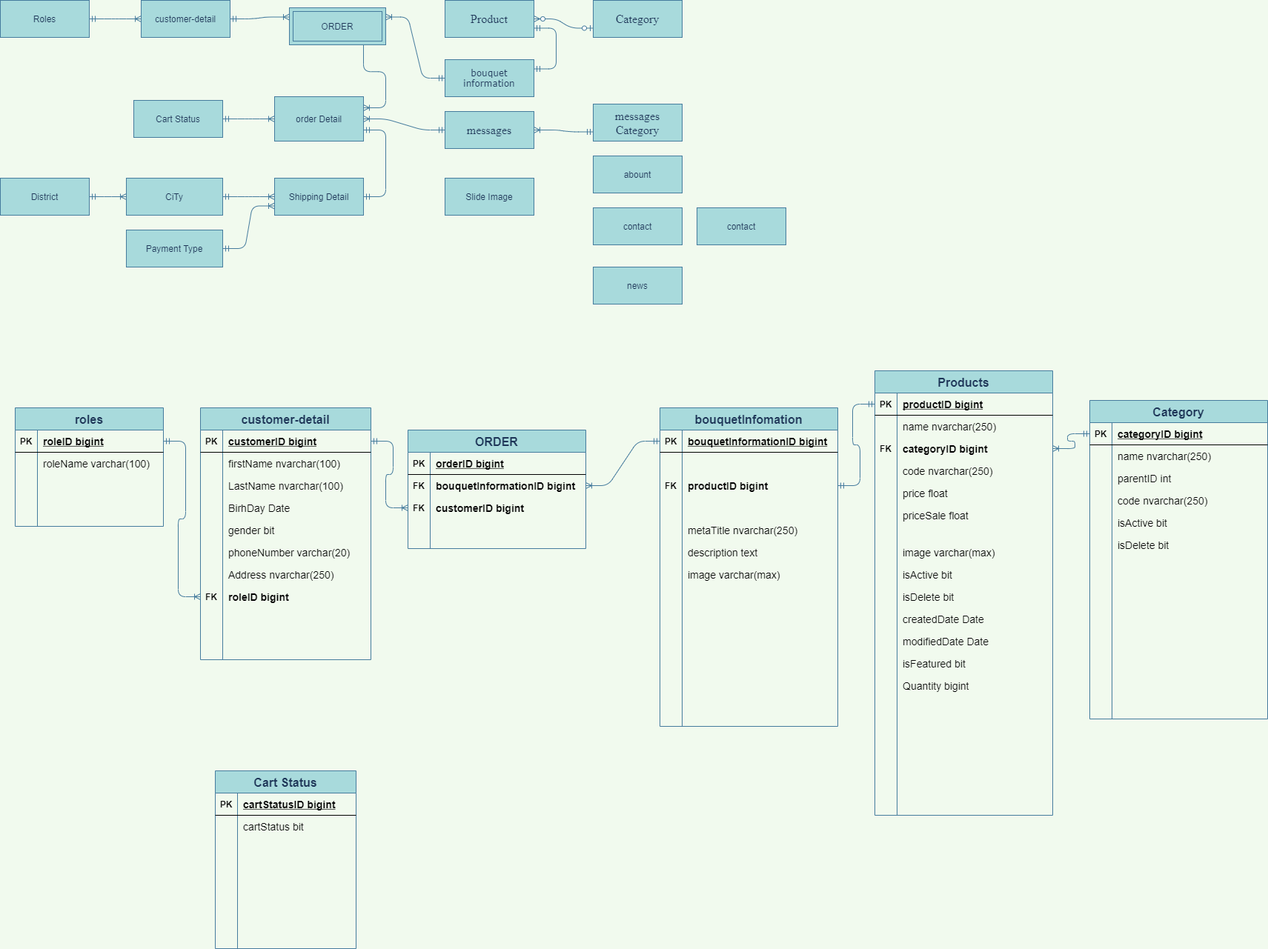
maialino123/Eproject-SEM3 keeps this draw.io diagram as Untitled Diagram.png. Above is the earlier version. Source tidied: cells renumbered, new cells last; positions are measured from the earlier drawing's top-left corner, leaving out a move shared by most shapes.
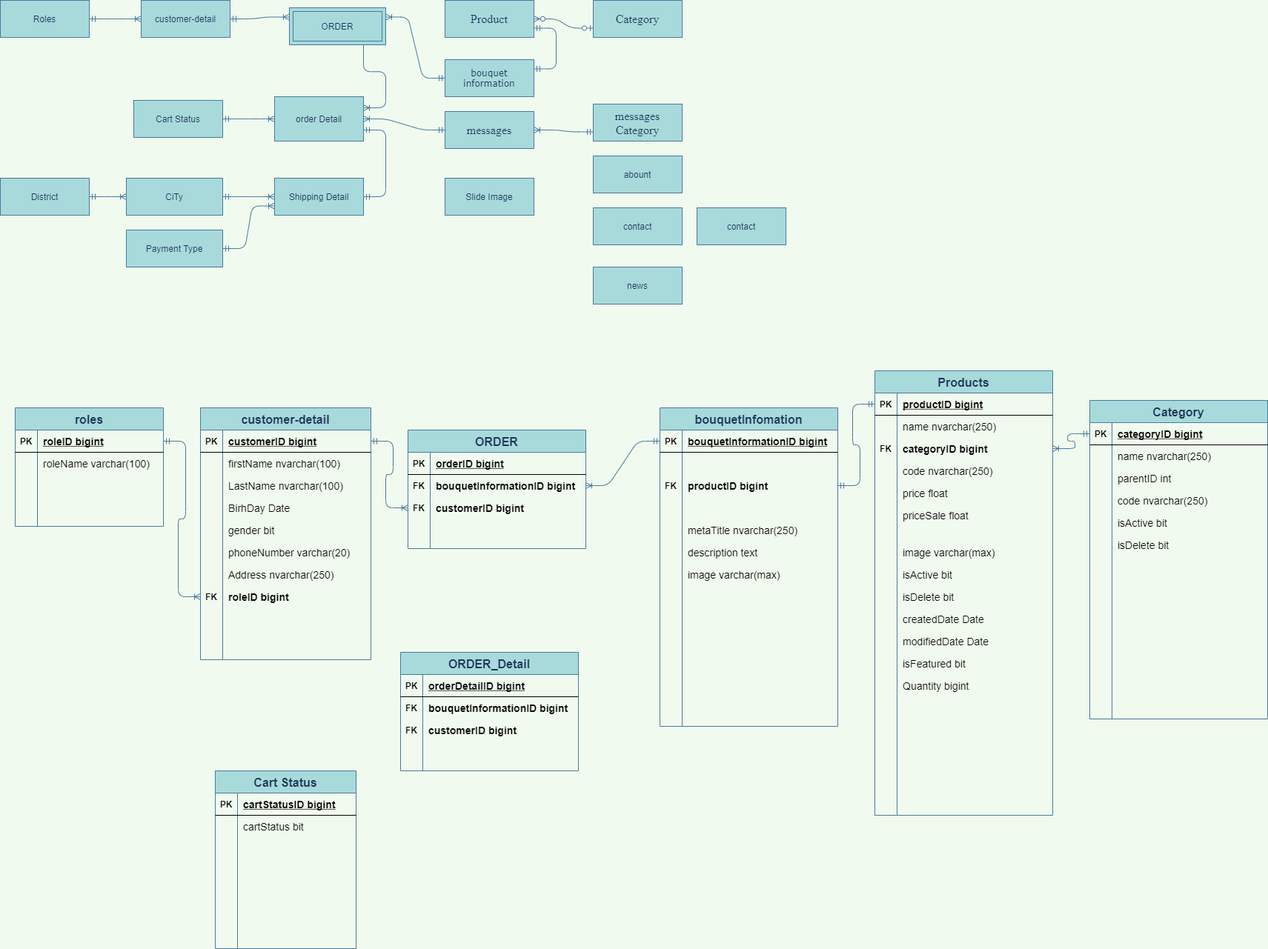
After the change.

Diff of the diagram source:
```diff
@@ -611,5 +611,44 @@
     <mxCell id="204" style="edgeStyle=entityRelationEdgeStyle;fontSize=12;html=1;endArrow=ERoneToMany;startArrow=ERmandOne;fontColor=#1D3557;strokeColor=#457B9D;fillColor=#A8DADC;labelBackgroundColor=#F1FAEE;exitX=0;exitY=0.5;exitDx=0;exitDy=0;entryX=1;entryY=0.5;entryDx=0;entryDy=0;" parent="1" edge="1" source="153" target="99">
       <mxGeometry relative="1" as="geometry" />
     </mxCell>
+    <mxCell id="205" value="ORDER_Detail" style="shape=table;startSize=30;rowLines=0;fontStyle=1;align=center;rounded=0;sketch=0;fontSize=16;fontColor=#1D3557;strokeColor=#457B9D;fillColor=#A8DADC;" parent="1" vertex="1">
+      <mxGeometry x="540" y="880" width="240" height="160" as="geometry" />
+    </mxCell>
+    <mxCell id="206" style="shape=partialRectangle;fillColor=none;top=0;left=0;bottom=1;right=0;" parent="205" vertex="1">
+      <mxGeometry y="30" width="240" height="30" as="geometry" />
+    </mxCell>
+    <mxCell id="207" value="PK" style="shape=partialRectangle;fillColor=none;top=0;left=0;bottom=0;right=0;fontStyle=1;overflow=hidden;" parent="206" vertex="1">
+      <mxGeometry width="30" height="30" as="geometry" />
+    </mxCell>
+    <mxCell id="208" value="orderDetailID bigint" style="shape=partialRectangle;fillColor=none;top=0;left=0;bottom=0;right=0;align=left;spacingLeft=6;fontStyle=5;overflow=hidden;fontSize=14;" parent="206" vertex="1">
+      <mxGeometry x="30" width="210" height="30" as="geometry" />
+    </mxCell>
+    <mxCell id="209" style="shape=partialRectangle;fillColor=none;top=0;left=0;bottom=0;right=0;" parent="205" vertex="1">
+      <mxGeometry y="60" width="240" height="30" as="geometry" />
+    </mxCell>
+    <mxCell id="210" value="FK" style="shape=partialRectangle;fillColor=none;top=0;left=0;bottom=0;right=0;overflow=hidden;fontStyle=1;" parent="209" vertex="1">
+      <mxGeometry width="30" height="30" as="geometry" />
+    </mxCell>
+    <mxCell id="211" value="bouquetInformationID bigint " style="shape=partialRectangle;fillColor=none;top=0;left=0;bottom=0;right=0;align=left;spacingLeft=6;overflow=hidden;fontSize=14;fontStyle=1;" parent="209" vertex="1">
+      <mxGeometry x="30" width="210" height="30" as="geometry" />
+    </mxCell>
+    <mxCell id="212" style="shape=partialRectangle;fillColor=none;top=0;left=0;bottom=0;right=0;" parent="205" vertex="1">
+      <mxGeometry y="90" width="240" height="30" as="geometry" />
+    </mxCell>
+    <mxCell id="213" value="FK" style="shape=partialRectangle;fillColor=none;top=0;left=0;bottom=0;right=0;overflow=hidden;fontStyle=1;" parent="212" vertex="1">
+      <mxGeometry width="30" height="30" as="geometry" />
+    </mxCell>
+    <mxCell id="214" value="customerID bigint" style="shape=partialRectangle;fillColor=none;top=0;left=0;bottom=0;right=0;align=left;spacingLeft=6;overflow=hidden;fontSize=14;fontStyle=1;" parent="212" vertex="1">
+      <mxGeometry x="30" width="210" height="30" as="geometry" />
+    </mxCell>
+    <mxCell id="215" style="shape=partialRectangle;fillColor=none;top=0;left=0;bottom=0;right=0;" parent="205" vertex="1">
+      <mxGeometry y="120" width="240" height="30" as="geometry" />
+    </mxCell>
+    <mxCell id="216" style="shape=partialRectangle;fillColor=none;top=0;left=0;bottom=0;right=0;overflow=hidden;" parent="215" vertex="1">
+      <mxGeometry width="30" height="30" as="geometry" />
+    </mxCell>
+    <mxCell id="217" style="shape=partialRectangle;fillColor=none;top=0;left=0;bottom=0;right=0;align=left;spacingLeft=6;overflow=hidden;" parent="215" vertex="1">
+      <mxGeometry x="30" width="210" height="30" as="geometry" />
+    </mxCell>
   </root>
 </mxGraphModel>
```
